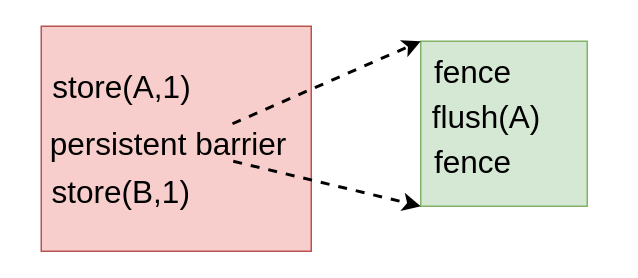
This is persistent_barrier.drawio from arunkp1986/CAR3S, a draw.io file, before an edit. Source tidied: cells renumbered, new cells numbered last; positions are measured from the earlier drawing's top-left corner, leaving out a move shared by most shapes. Both pictures are drawn from the tidied source at 150%, with x=0, y=0 at pixel (34, 26).
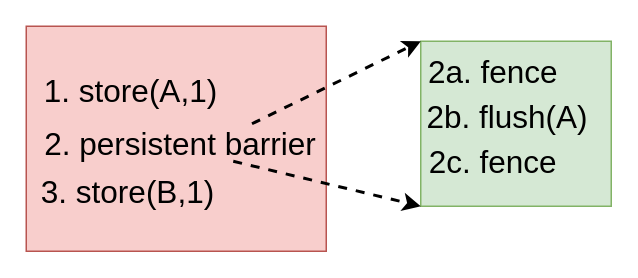
Above is the later version.

The edit, as a diff of the source:
```diff
@@
 <mxGraphModel>
   <root>
     <mxCell id="0" />
     <mxCell id="1" parent="0" />
     <mxCell id="2" style="rounded=0;whiteSpace=wrap;html=1;align=left;fontSize=21;fillColor=#f8cecc;strokeColor=#b85450;" parent="1" vertex="1">
-      <mxGeometry x="4" width="180" height="150" as="geometry" />
+      <mxGeometry x="-6" width="200" height="150" as="geometry" />
     </mxCell>
     <mxCell id="3" style="rounded=0;whiteSpace=wrap;html=1;fontSize=21;align=left;fillColor=#d5e8d4;strokeColor=#82b366;" parent="1" vertex="1">
-      <mxGeometry x="257" y="10" width="111" height="110" as="geometry" />
+      <mxGeometry x="257" y="10" width="127" height="110" as="geometry" />
     </mxCell>
-    <mxCell id="4" value="persistent barrier" style="text;html=1;strokeColor=none;fillColor=none;align=center;verticalAlign=middle;whiteSpace=wrap;rounded=0;fontSize=21;" parent="1" vertex="1">
-      <mxGeometry x="4" y="65" width="170" height="25" as="geometry" />
+    <mxCell id="4" value="2. persistent barrier" style="text;html=1;strokeColor=none;fillColor=none;align=center;verticalAlign=middle;whiteSpace=wrap;rounded=0;fontSize=21;" parent="1" vertex="1">
+      <mxGeometry x="2" y="65" width="190" height="25" as="geometry" />
     </mxCell>
-    <mxCell id="5" value="store(B,1)" style="text;html=1;strokeColor=none;fillColor=none;align=center;verticalAlign=middle;whiteSpace=wrap;rounded=0;fontSize=21;" parent="1" vertex="1">
-      <mxGeometry x="0.2" y="100" width="115" height="20" as="geometry" />
+    <mxCell id="5" value="3. store(B,1)" style="text;html=1;strokeColor=none;fillColor=none;align=center;verticalAlign=middle;whiteSpace=wrap;rounded=0;fontSize=21;" parent="1" vertex="1">
+      <mxGeometry x="0.2" y="100" width="123.8" height="20" as="geometry" />
     </mxCell>
-    <mxCell id="6" value="store(A,1)" style="text;html=1;strokeColor=none;fillColor=none;align=center;verticalAlign=middle;whiteSpace=wrap;rounded=0;fontSize=21;" parent="1" vertex="1">
-      <mxGeometry x="4" y="30" width="107.5" height="20" as="geometry" />
+    <mxCell id="6" value="1. store(A,1)" style="text;html=1;strokeColor=none;fillColor=none;align=center;verticalAlign=middle;whiteSpace=wrap;rounded=0;fontSize=21;" parent="1" vertex="1">
+      <mxGeometry x="4" y="33" width="120" height="20" as="geometry" />
     </mxCell>
-    <mxCell id="7" value="fence" style="text;html=1;strokeColor=none;fillColor=none;align=center;verticalAlign=middle;whiteSpace=wrap;rounded=0;fontSize=21;" parent="1" vertex="1">
-      <mxGeometry x="257" y="20" width="70" height="20" as="geometry" />
+    <mxCell id="7" value="2a. fence" style="text;html=1;strokeColor=none;fillColor=none;align=center;verticalAlign=middle;whiteSpace=wrap;rounded=0;fontSize=21;" parent="1" vertex="1">
+      <mxGeometry x="257" y="20" width="97" height="20" as="geometry" />
     </mxCell>
-    <mxCell id="8" value="flush(A)" style="text;html=1;strokeColor=none;fillColor=none;align=center;verticalAlign=middle;whiteSpace=wrap;rounded=0;fontSize=21;" parent="1" vertex="1">
-      <mxGeometry x="256" y="50" width="90" height="20" as="geometry" />
+    <mxCell id="8" value="2b. flush(A)" style="text;html=1;strokeColor=none;fillColor=none;align=center;verticalAlign=middle;whiteSpace=wrap;rounded=0;fontSize=21;" parent="1" vertex="1">
+      <mxGeometry x="256" y="50" width="118" height="20" as="geometry" />
     </mxCell>
-    <mxCell id="9" value="fence" style="text;html=1;strokeColor=none;fillColor=none;align=center;verticalAlign=middle;whiteSpace=wrap;rounded=0;fontSize=21;" parent="1" vertex="1">
-      <mxGeometry x="257" y="80" width="70" height="20" as="geometry" />
+    <mxCell id="9" value="2c. fence" style="text;html=1;strokeColor=none;fillColor=none;align=center;verticalAlign=middle;whiteSpace=wrap;rounded=0;fontSize=21;" parent="1" vertex="1">
+      <mxGeometry x="257" y="80" width="97" height="20" as="geometry" />
     </mxCell>
     <mxCell id="10" style="endArrow=classic;html=1;fontSize=21;entryX=0;entryY=0;entryDx=0;entryDy=0;exitX=0.75;exitY=0;exitDx=0;exitDy=0;strokeWidth=2;dashed=1;" parent="1" edge="1" source="4" target="3">
       <mxGeometry relative="1" as="geometry" />
     </mxCell>
     <mxCell id="11" style="endArrow=classic;html=1;fontSize=21;entryX=0;entryY=1;entryDx=0;entryDy=0;strokeWidth=2;dashed=1;" parent="1" edge="1" target="3">
       <mxGeometry relative="1" as="geometry">
         <mxPoint x="132" y="90" as="sourcePoint" />
       </mxGeometry>
     </mxCell>
   </root>
 </mxGraphModel>
```
